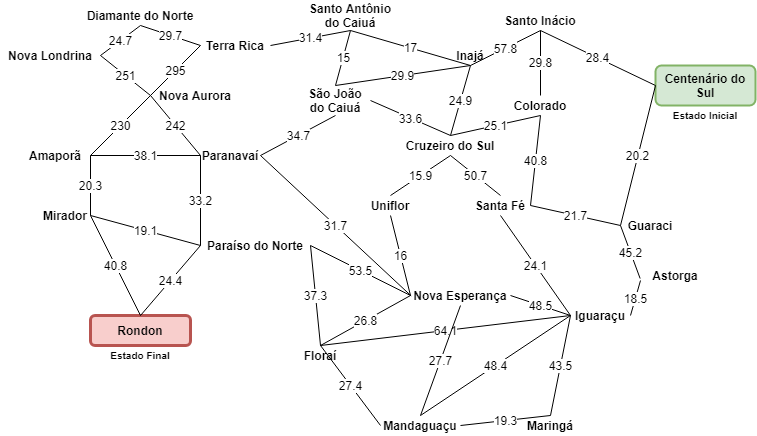
keikomori/CP-UTFPR keeps this draw.io diagram as Sistemas Inteligentes/Trabalho 1 - Comparação de buscas heurísticas/map_weight.png. Above is the earlier version. Source tidied: cells renumbered, new cells last; positions are measured from the earlier drawing's top-left corner, leaving out a move shared by most shapes.
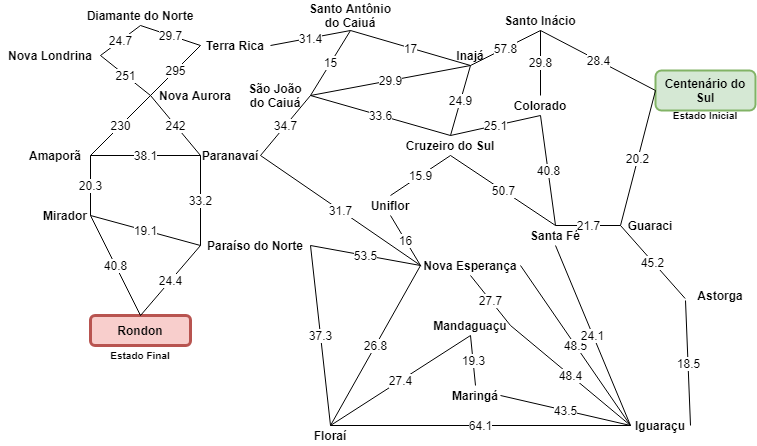
Above is the later version.

The edit, as a diff of the source:
```diff
@@ -30,7 +30,7 @@
       <mxGeometry x="200" y="145" width="60" height="20" as="geometry" />
     </mxCell>
     <mxCell id="11" value="São João do Caiuá" style="text;html=1;strokeColor=none;fillColor=none;align=center;verticalAlign=middle;whiteSpace=wrap;rounded=0;fontSize=12;fontStyle=1;" parent="1" vertex="1">
-      <mxGeometry x="300" y="85" width="70" height="30" as="geometry" />
+      <mxGeometry x="240" y="80" width="70" height="30" as="geometry" />
     </mxCell>
     <mxCell id="12" value="Santo Antônio do Caiuá" style="text;html=1;strokeColor=none;fillColor=none;align=center;verticalAlign=middle;whiteSpace=wrap;rounded=0;fontSize=12;fontStyle=1;" parent="1" vertex="1">
       <mxGeometry x="300" width="100" height="30" as="geometry" />
@@ -45,31 +45,31 @@
       <mxGeometry x="360" y="195" width="60" height="20" as="geometry" />
     </mxCell>
     <mxCell id="16" value="Nova Esperança" style="text;html=1;strokeColor=none;fillColor=none;align=center;verticalAlign=middle;whiteSpace=wrap;rounded=0;fontSize=12;fontStyle=1;" parent="1" vertex="1">
-      <mxGeometry x="410" y="285" width="100" height="20" as="geometry" />
+      <mxGeometry x="420" y="255" width="100" height="20" as="geometry" />
     </mxCell>
     <mxCell id="17" value="Floraí" style="text;html=1;strokeColor=none;fillColor=none;align=center;verticalAlign=middle;whiteSpace=wrap;rounded=0;fontSize=12;fontStyle=1;" parent="1" vertex="1">
-      <mxGeometry x="270" y="345" width="100" height="20" as="geometry" />
+      <mxGeometry x="280" y="425" width="100" height="20" as="geometry" />
     </mxCell>
     <mxCell id="18" value="Mandaguaçu" style="text;html=1;strokeColor=none;fillColor=none;align=center;verticalAlign=middle;whiteSpace=wrap;rounded=0;fontSize=12;fontStyle=1;" parent="1" vertex="1">
-      <mxGeometry x="380" y="415" width="80" height="20" as="geometry" />
+      <mxGeometry x="430" y="315" width="80" height="20" as="geometry" />
     </mxCell>
     <mxCell id="19" value="Maringá" style="text;html=1;strokeColor=none;fillColor=none;align=center;verticalAlign=middle;whiteSpace=wrap;rounded=0;fontSize=12;fontStyle=1;" parent="1" vertex="1">
-      <mxGeometry x="500" y="415" width="100" height="20" as="geometry" />
+      <mxGeometry x="450" y="385" width="50" height="20" as="geometry" />
     </mxCell>
     <mxCell id="20" value="Iguaraçu" style="text;html=1;strokeColor=none;fillColor=none;align=center;verticalAlign=middle;whiteSpace=wrap;rounded=0;fontSize=12;fontStyle=1;" parent="1" vertex="1">
-      <mxGeometry x="570" y="305" width="60" height="20" as="geometry" />
+      <mxGeometry x="630" y="415" width="60" height="20" as="geometry" />
     </mxCell>
     <mxCell id="21" value="Astorga" style="text;html=1;strokeColor=none;fillColor=none;align=center;verticalAlign=middle;whiteSpace=wrap;rounded=0;fontSize=12;fontStyle=1;" parent="1" vertex="1">
-      <mxGeometry x="640" y="265" width="70" height="20" as="geometry" />
+      <mxGeometry x="685" y="285" width="70" height="20" as="geometry" />
     </mxCell>
     <mxCell id="22" value="Santa Fé" style="text;html=1;strokeColor=none;fillColor=none;align=center;verticalAlign=middle;whiteSpace=wrap;rounded=0;fontSize=12;fontStyle=1;" parent="1" vertex="1">
-      <mxGeometry x="470" y="195" width="60" height="20" as="geometry" />
+      <mxGeometry x="525" y="225" width="60" height="20" as="geometry" />
     </mxCell>
     <mxCell id="23" value="Guaraci" style="text;html=1;strokeColor=none;fillColor=none;align=center;verticalAlign=middle;whiteSpace=wrap;rounded=0;fontSize=12;fontStyle=1;" parent="1" vertex="1">
       <mxGeometry x="620" y="215" width="60" height="20" as="geometry" />
     </mxCell>
     <mxCell id="24" value="Centenário do Sul" style="text;html=1;strokeColor=#82b366;fillColor=#d5e8d4;align=center;verticalAlign=middle;whiteSpace=wrap;rounded=1;fontSize=12;fontStyle=1;strokeWidth=2;glass=0;shadow=0;sketch=0;" parent="1" vertex="1">
-      <mxGeometry x="655" y="65" width="100" height="40" as="geometry" />
+      <mxGeometry x="655" y="70" width="100" height="40" as="geometry" />
     </mxCell>
     <mxCell id="25" value="Colorado" style="text;html=1;strokeColor=none;fillColor=none;align=center;verticalAlign=middle;whiteSpace=wrap;rounded=0;fontSize=12;fontStyle=1;" parent="1" vertex="1">
       <mxGeometry x="510" y="95" width="60" height="20" as="geometry" />
@@ -125,22 +125,22 @@
     <mxCell id="42" value="26.8" style="endArrow=none;html=1;fontSize=12;exitX=0.5;exitY=0;exitDx=0;exitDy=0;entryX=0;entryY=0.5;entryDx=0;entryDy=0;" parent="1" edge="1" source="17" target="16">
       <mxGeometry relative="1" as="geometry" />
     </mxCell>
-    <mxCell id="43" value="27.4" style="endArrow=none;html=1;fontSize=12;exitX=0.5;exitY=0;exitDx=0;exitDy=0;entryX=0;entryY=0.5;entryDx=0;entryDy=0;" parent="1" edge="1" source="17" target="18">
+    <mxCell id="43" value="27.4" style="endArrow=none;html=1;fontSize=12;exitX=0.5;exitY=0;exitDx=0;exitDy=0;entryX=0.5;entryY=1;entryDx=0;entryDy=0;" parent="1" edge="1" source="17" target="18">
       <mxGeometry relative="1" as="geometry" />
     </mxCell>
     <mxCell id="44" value="64.1" style="endArrow=none;html=1;fontSize=12;entryX=0;entryY=0.5;entryDx=0;entryDy=0;exitX=0.5;exitY=0;exitDx=0;exitDy=0;" parent="1" edge="1" source="17" target="20">
       <mxGeometry relative="1" as="geometry" />
     </mxCell>
-    <mxCell id="45" value="27.7" style="endArrow=none;html=1;fontSize=12;entryX=0.5;entryY=0;entryDx=0;entryDy=0;exitX=0.5;exitY=1;exitDx=0;exitDy=0;" parent="1" edge="1" source="16" target="18">
+    <mxCell id="45" value="27.7" style="endArrow=none;html=1;fontSize=12;entryX=1;entryY=0.5;entryDx=0;entryDy=0;exitX=0.5;exitY=1;exitDx=0;exitDy=0;" parent="1" edge="1" source="16" target="18">
       <mxGeometry relative="1" as="geometry" />
     </mxCell>
-    <mxCell id="46" value="19.3" style="endArrow=none;html=1;fontSize=12;exitX=1;exitY=0.5;exitDx=0;exitDy=0;entryX=0.5;entryY=0;entryDx=0;entryDy=0;" parent="1" edge="1" source="18" target="19">
+    <mxCell id="46" value="19.3" style="endArrow=none;html=1;fontSize=12;exitX=0.5;exitY=1;exitDx=0;exitDy=0;entryX=0.5;entryY=0;entryDx=0;entryDy=0;" parent="1" edge="1" source="18" target="19">
       <mxGeometry relative="1" as="geometry" />
     </mxCell>
-    <mxCell id="47" value="48.4" style="endArrow=none;html=1;fontSize=12;exitX=0.5;exitY=0;exitDx=0;exitDy=0;entryX=0;entryY=0.5;entryDx=0;entryDy=0;" parent="1" edge="1" source="18" target="20">
+    <mxCell id="47" value="48.4" style="endArrow=none;html=1;fontSize=12;exitX=1;exitY=0.5;exitDx=0;exitDy=0;entryX=0;entryY=0.5;entryDx=0;entryDy=0;" parent="1" edge="1" source="18" target="20">
       <mxGeometry relative="1" as="geometry" />
     </mxCell>
-    <mxCell id="48" value="43.5" style="endArrow=none;html=1;fontSize=12;exitX=0.5;exitY=0;exitDx=0;exitDy=0;entryX=0;entryY=0.5;entryDx=0;entryDy=0;" parent="1" edge="1" source="19" target="20">
+    <mxCell id="48" value="43.5" style="endArrow=none;html=1;fontSize=12;exitX=1;exitY=0.5;exitDx=0;exitDy=0;entryX=0;entryY=0.5;entryDx=0;entryDy=0;" parent="1" edge="1" source="19" target="20">
       <mxGeometry relative="1" as="geometry" />
     </mxCell>
     <mxCell id="49" value="48.5" style="endArrow=none;html=1;fontSize=12;exitX=1;exitY=0.5;exitDx=0;exitDy=0;entryX=0;entryY=0.5;entryDx=0;entryDy=0;" parent="1" edge="1" source="16" target="20">
@@ -155,7 +155,7 @@
     <mxCell id="52" value="45.2" style="endArrow=none;html=1;fontSize=12;exitX=-0.005;exitY=0.65;exitDx=0;exitDy=0;entryX=0;entryY=0.5;entryDx=0;entryDy=0;exitPerimeter=0;" parent="1" edge="1" source="21" target="23">
       <mxGeometry relative="1" as="geometry" />
     </mxCell>
-    <mxCell id="53" value="21.7" style="endArrow=none;html=1;fontSize=12;exitX=1;exitY=0.5;exitDx=0;exitDy=0;entryX=0;entryY=0.5;entryDx=0;entryDy=0;" parent="1" edge="1" source="22" target="23">
+    <mxCell id="53" value="21.7" style="endArrow=none;html=1;fontSize=12;exitX=0.5;exitY=0;exitDx=0;exitDy=0;entryX=0;entryY=0.5;entryDx=0;entryDy=0;" parent="1" edge="1" source="22" target="23">
       <mxGeometry relative="1" as="geometry" />
     </mxCell>
     <mxCell id="54" value="20.2" style="endArrow=none;html=1;fontSize=12;exitX=0;exitY=0.5;exitDx=0;exitDy=0;entryX=0;entryY=0.5;entryDx=0;entryDy=0;" parent="1" edge="1" source="23" target="24">
@@ -170,7 +170,7 @@
     <mxCell id="57" value="57.8" style="endArrow=none;html=1;fontSize=12;exitX=0.5;exitY=1;exitDx=0;exitDy=0;entryX=0.5;entryY=1;entryDx=0;entryDy=0;" parent="1" edge="1" source="13" target="26">
       <mxGeometry relative="1" as="geometry" />
     </mxCell>
-    <mxCell id="58" value="40.8" style="endArrow=none;html=1;fontSize=12;exitX=1;exitY=0.5;exitDx=0;exitDy=0;entryX=0.5;entryY=1;entryDx=0;entryDy=0;" parent="1" edge="1" source="22" target="25">
+    <mxCell id="58" value="40.8" style="endArrow=none;html=1;fontSize=12;exitX=0.5;exitY=0;exitDx=0;exitDy=0;entryX=0.5;entryY=1;entryDx=0;entryDy=0;" parent="1" edge="1" source="22" target="25">
       <mxGeometry relative="1" as="geometry" />
     </mxCell>
     <mxCell id="59" value="25.1" style="endArrow=none;html=1;fontSize=12;exitX=0.5;exitY=0;exitDx=0;exitDy=0;entryX=0.5;entryY=1;entryDx=0;entryDy=0;" parent="1" edge="1" source="14" target="25">
@@ -179,16 +179,16 @@
     <mxCell id="60" value="17" style="endArrow=none;html=1;fontSize=12;entryX=0.5;entryY=1;entryDx=0;entryDy=0;exitX=0.5;exitY=1;exitDx=0;exitDy=0;" parent="1" edge="1" source="13" target="12">
       <mxGeometry relative="1" as="geometry" />
     </mxCell>
-    <mxCell id="61" value="29.9" style="endArrow=none;html=1;fontSize=12;entryX=0.5;entryY=1;entryDx=0;entryDy=0;exitX=0.5;exitY=0;exitDx=0;exitDy=0;" parent="1" edge="1" source="11" target="13">
+    <mxCell id="61" value="29.9" style="endArrow=none;html=1;fontSize=12;entryX=0.5;entryY=1;entryDx=0;entryDy=0;exitX=1;exitY=0.5;exitDx=0;exitDy=0;" parent="1" edge="1" source="11" target="13">
       <mxGeometry relative="1" as="geometry" />
     </mxCell>
     <mxCell id="62" value="24.9" style="endArrow=none;html=1;fontSize=12;entryX=0.5;entryY=1;entryDx=0;entryDy=0;exitX=0.5;exitY=0;exitDx=0;exitDy=0;" parent="1" edge="1" source="14" target="13">
       <mxGeometry relative="1" as="geometry" />
     </mxCell>
-    <mxCell id="63" value="15" style="endArrow=none;html=1;fontSize=12;entryX=0.5;entryY=1;entryDx=0;entryDy=0;exitX=0.5;exitY=0;exitDx=0;exitDy=0;" parent="1" edge="1" source="11" target="12">
+    <mxCell id="63" value="15" style="endArrow=none;html=1;fontSize=12;entryX=0.5;entryY=1;entryDx=0;entryDy=0;exitX=1;exitY=0.5;exitDx=0;exitDy=0;" parent="1" edge="1" source="11" target="12">
       <mxGeometry relative="1" as="geometry" />
     </mxCell>
-    <mxCell id="64" value="34.7" style="endArrow=none;html=1;fontSize=12;entryX=0.5;entryY=1;entryDx=0;entryDy=0;exitX=1;exitY=0.5;exitDx=0;exitDy=0;" parent="1" edge="1" source="10" target="11">
+    <mxCell id="64" value="34.7" style="endArrow=none;html=1;fontSize=12;entryX=1;entryY=0.5;entryDx=0;entryDy=0;exitX=1;exitY=0.5;exitDx=0;exitDy=0;" parent="1" edge="1" source="10" target="11">
       <mxGeometry relative="1" as="geometry" />
     </mxCell>
     <mxCell id="65" value="33.6" style="endArrow=none;html=1;fontSize=12;entryX=0.5;entryY=0;entryDx=0;entryDy=0;exitX=1;exitY=0.5;exitDx=0;exitDy=0;" parent="1" edge="1" source="11" target="14">
```
